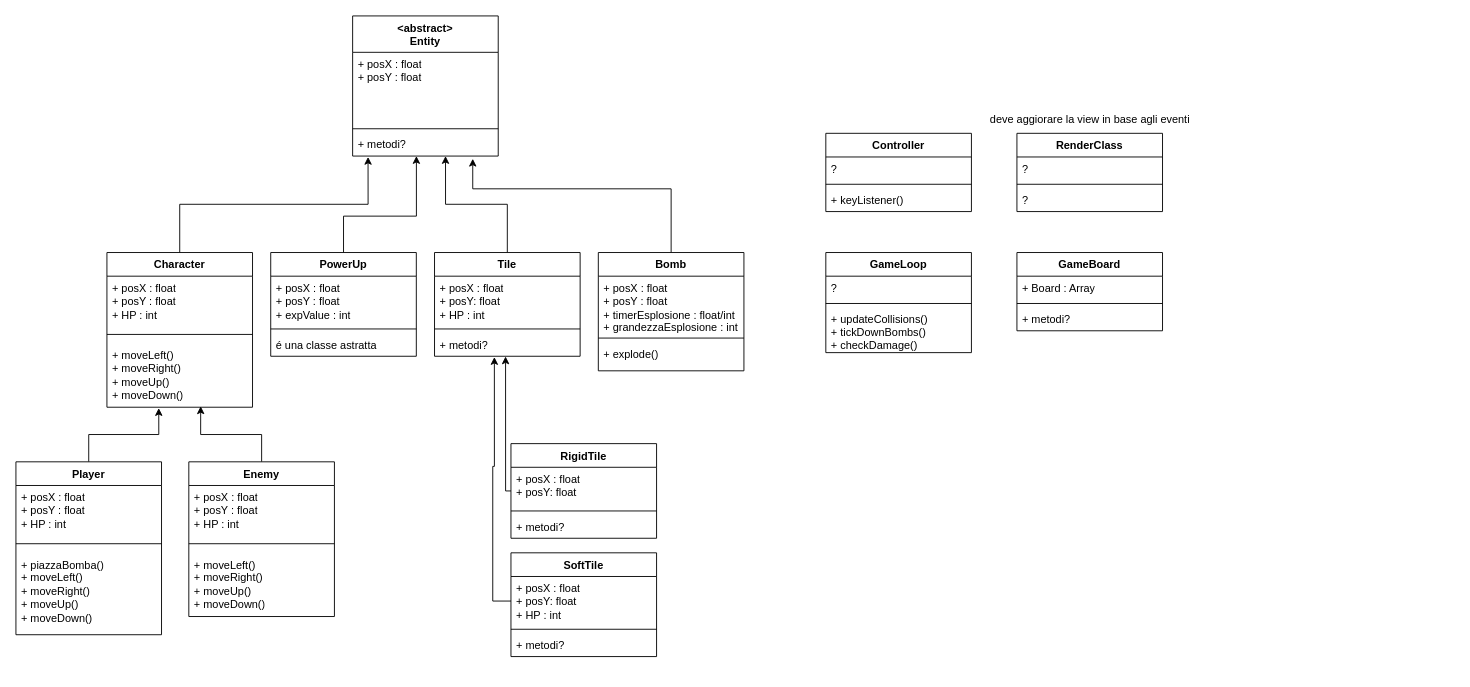
saverioscagnoli/bomberman keeps this draw.io diagram as BombermanUML.drawio. Above is the earlier version. Source tidied: cells renumbered, new cells numbered last; positions are measured from the earlier drawing's top-left corner, leaving out a move shared by most shapes. Both pictures are drawn from the tidied source at 91%, with x=0, y=0 at pixel (15, 15).
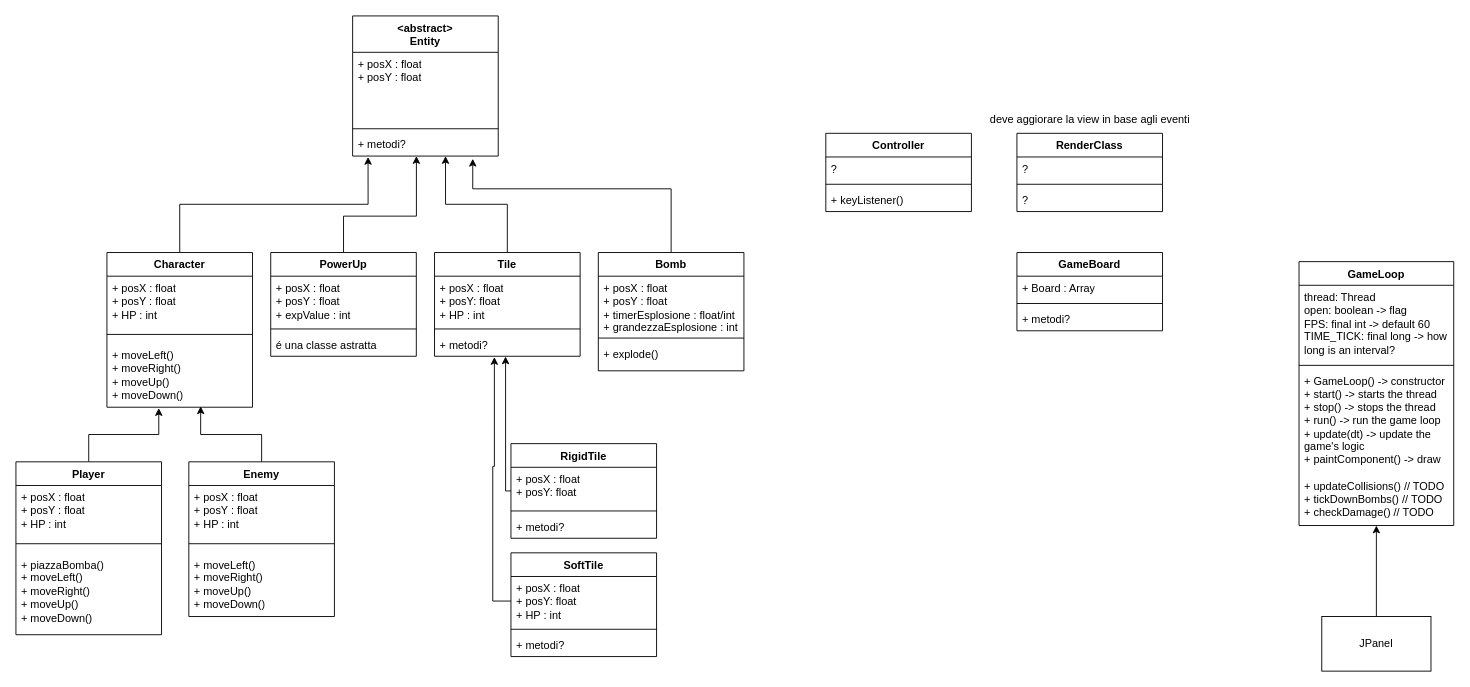
The same diagram, later.

Commit message (it also covers changes not shown here):
game loop (delta time) setup

Diff of the diagram source:
```diff
@@
     <mxCell id="30" value="GameLoop" style="swimlane;fontStyle=1;align=center;verticalAlign=top;horizontal=1;startSize=26;whiteSpace=wrap;html=1;rounded=0;" parent="1" vertex="1">
-      <mxGeometry x="890" y="260" width="160" height="110" as="geometry" />
+      <mxGeometry x="1410" y="270" width="170" height="290" as="geometry" />
     </mxCell>
-    <mxCell id="31" value="?" style="text;strokeColor=none;fillColor=none;align=left;verticalAlign=top;spacingLeft=4;spacingRight=4;overflow=hidden;whiteSpace=wrap;html=1;rounded=0;" parent="30" vertex="1">
-      <mxGeometry y="26" width="160" height="26" as="geometry" />
+    <mxCell id="31" value="thread: Thread&lt;br&gt;open: boolean -&amp;gt; flag&lt;br&gt;FPS: final int -&amp;gt; default 60&lt;br&gt;TIME_TICK: final long -&amp;gt; how long is an interval?" style="text;strokeColor=none;fillColor=none;align=left;verticalAlign=top;spacingLeft=4;spacingRight=4;overflow=hidden;whiteSpace=wrap;html=1;rounded=0;" parent="30" vertex="1">
+      <mxGeometry y="26" width="170" height="84" as="geometry" />
     </mxCell>
     <mxCell id="32" style="line;strokeWidth=1;fillColor=none;align=left;verticalAlign=middle;spacingTop=-1;spacingLeft=3;spacingRight=3;labelPosition=right;strokeColor=inherit;rounded=0;" parent="30" vertex="1">
-      <mxGeometry y="52" width="160" height="8" as="geometry" />
+      <mxGeometry y="110" width="170" height="8" as="geometry" />
     </mxCell>
-    <mxCell id="33" value="+ updateCollisions()&lt;br&gt;+ tickDownBombs()&lt;br&gt;+ checkDamage()" style="text;strokeColor=none;fillColor=none;align=left;verticalAlign=top;spacingLeft=4;spacingRight=4;overflow=hidden;points=[[0,0.5],[1,0.5]];portConstraint=eastwest;whiteSpace=wrap;html=1;rounded=0;" parent="30" vertex="1">
-      <mxGeometry y="60" width="160" height="50" as="geometry" />
+    <mxCell id="33" value="+ GameLoop() -&amp;gt; constructor&lt;br&gt;+ start() -&amp;gt; starts the thread&lt;br&gt;+ stop() -&amp;gt; stops the thread&lt;br&gt;+ run() -&amp;gt; run the game loop&lt;br&gt;+ update(dt) -&amp;gt; update the game's logic&lt;br&gt;+ paintComponent() -&amp;gt; draw&lt;br&gt;&lt;br&gt;+ updateCollisions() // TODO&lt;br&gt;+ tickDownBombs() // TODO&lt;br&gt;+ checkDamage() // TODO" style="text;strokeColor=none;fillColor=none;align=left;verticalAlign=top;spacingLeft=4;spacingRight=4;overflow=hidden;points=[[0,0.5],[1,0.5]];portConstraint=eastwest;whiteSpace=wrap;html=1;rounded=0;" parent="30" vertex="1">
+      <mxGeometry y="118" width="170" height="172" as="geometry" />
     </mxCell>
@@
+    <mxCell id="63" style="edgeStyle=none;html=1;" parent="1" edge="1" source="64" target="33">
+      <mxGeometry relative="1" as="geometry" />
+    </mxCell>
+    <mxCell id="64" value="JPanel" style="rounded=0;whiteSpace=wrap;html=1;" parent="1" vertex="1">
+      <mxGeometry x="1435" y="660" width="120" height="60" as="geometry" />
+    </mxCell>
```
